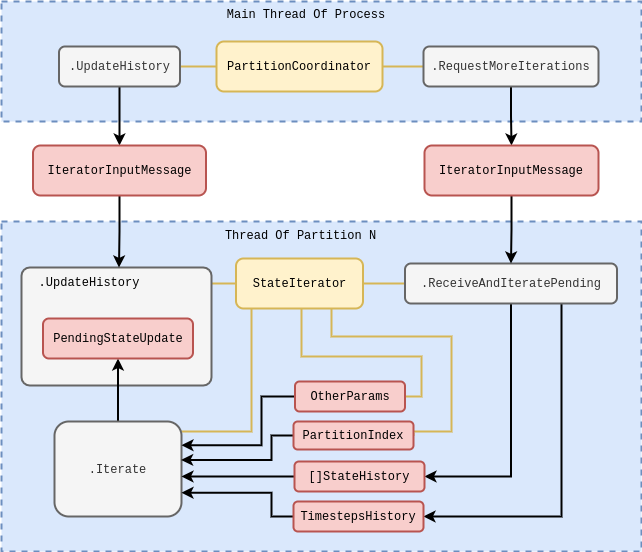
Before: images/chapter-1-stochadex-loop.drawio.png, a diagram exported from draw.io (umbralcalc/worlds-of-observation). Source tidied: cells renumbered, new cells last; positions are measured from the earlier drawing's top-left corner, leaving out a move shared by most shapes.
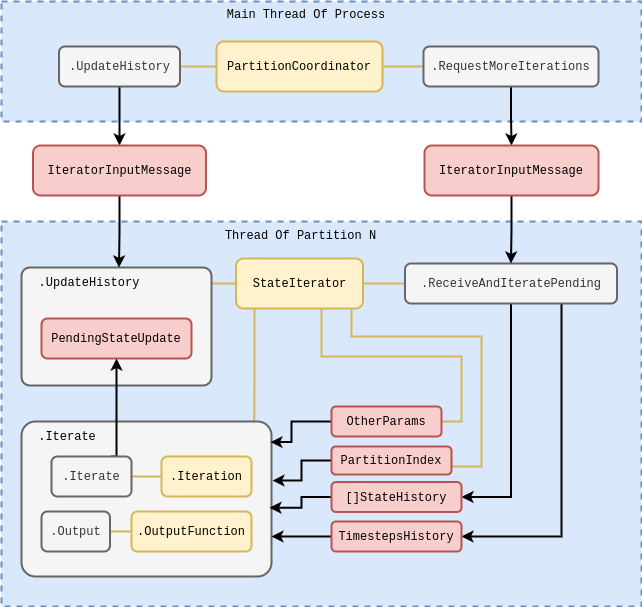
After the commit.

Change to the diagram source:
```diff
@@ -3,7 +3,7 @@
     <mxCell id="0" />
     <mxCell id="1" parent="0" />
     <mxCell id="2" style="rounded=0;whiteSpace=wrap;html=1;dashed=1;strokeWidth=2;fillColor=#dae8fc;strokeColor=#6c8ebf;" parent="1" vertex="1">
-      <mxGeometry y="220" width="640" height="330" as="geometry" />
+      <mxGeometry y="220" width="640" height="385" as="geometry" />
     </mxCell>
     <mxCell id="3" style="rounded=0;whiteSpace=wrap;html=1;dashed=1;strokeWidth=2;fillColor=#dae8fc;strokeColor=#6c8ebf;" parent="1" vertex="1">
       <mxGeometry width="640" height="120" as="geometry" />
@@ -29,30 +29,30 @@
     <mxCell id="10" style="edgeStyle=orthogonalEdgeStyle;rounded=0;jettySize=auto;html=1;exitX=1;exitY=0.5;exitDx=0;exitDy=0;entryX=0;entryY=0.5;entryDx=0;entryDy=0;strokeWidth=2;endArrow=none;endFill=0;fillColor=#fff2cc;strokeColor=#d6b656;" parent="1" edge="1" source="15" target="18">
       <mxGeometry relative="1" as="geometry" />
     </mxCell>
-    <mxCell id="11" style="edgeStyle=orthogonalEdgeStyle;rounded=0;jettySize=auto;html=1;strokeWidth=2;endArrow=none;endFill=0;fillColor=#fff2cc;strokeColor=#d6b656;" parent="1" edge="1" source="15" target="24">
+    <mxCell id="11" style="edgeStyle=orthogonalEdgeStyle;rounded=0;jettySize=auto;html=1;strokeWidth=2;endArrow=none;endFill=0;fillColor=#fff2cc;strokeColor=#d6b656;entryX=0.931;entryY=0.007;entryDx=0;entryDy=0;entryPerimeter=0;" parent="1" edge="1" source="15" target="24">
       <mxGeometry relative="1" as="geometry">
         <Array as="points">
-          <mxPoint x="250" y="430" />
+          <mxPoint x="253" y="375" />
+          <mxPoint x="253" y="375" />
         </Array>
       </mxGeometry>
     </mxCell>
-    <mxCell id="12" style="edgeStyle=orthogonalEdgeStyle;rounded=0;jettySize=auto;html=1;entryX=0.582;entryY=0.1;entryDx=0;entryDy=0;endArrow=none;endFill=0;strokeWidth=2;entryPerimeter=0;fillColor=#fff2cc;strokeColor=#d6b656;" parent="1" edge="1" source="15" target="28">
+    <mxCell id="12" style="edgeStyle=orthogonalEdgeStyle;rounded=0;jettySize=auto;html=1;entryX=1;entryY=0.5;entryDx=0;entryDy=0;endArrow=none;endFill=0;strokeWidth=2;fillColor=#fff2cc;strokeColor=#d6b656;" parent="1" edge="1" source="15" target="28">
       <mxGeometry relative="1" as="geometry">
         <Array as="points">
-          <mxPoint x="300" y="355" />
-          <mxPoint x="420" y="355" />
-          <mxPoint x="420" y="395" />
-          <mxPoint x="358" y="395" />
+          <mxPoint x="320" y="355" />
+          <mxPoint x="460" y="355" />
+          <mxPoint x="460" y="420" />
         </Array>
       </mxGeometry>
     </mxCell>
     <mxCell id="13" style="edgeStyle=orthogonalEdgeStyle;rounded=0;jettySize=auto;html=1;entryX=1;entryY=0.5;entryDx=0;entryDy=0;strokeWidth=2;endArrow=none;endFill=0;fillColor=#fff2cc;strokeColor=#d6b656;" parent="1" edge="1" source="15" target="30">
       <mxGeometry relative="1" as="geometry">
         <Array as="points">
-          <mxPoint x="330" y="335" />
-          <mxPoint x="450" y="335" />
-          <mxPoint x="450" y="430" />
-          <mxPoint x="412" y="430" />
+          <mxPoint x="350" y="335" />
+          <mxPoint x="480" y="335" />
+          <mxPoint x="480" y="465" />
+          <mxPoint x="450" y="465" />
         </Array>
       </mxGeometry>
     </mxCell>
@@ -73,7 +73,7 @@
     <mxCell id="17" style="edgeStyle=orthogonalEdgeStyle;rounded=0;jettySize=auto;html=1;entryX=1;entryY=0.5;entryDx=0;entryDy=0;strokeWidth=2;" parent="1" edge="1" source="18" target="34">
       <mxGeometry relative="1" as="geometry">
         <Array as="points">
-          <mxPoint x="560" y="515" />
+          <mxPoint x="560" y="535" />
         </Array>
       </mxGeometry>
     </mxCell>
@@ -92,11 +92,8 @@
     <mxCell id="22" style="rounded=1;whiteSpace=wrap;html=1;strokeWidth=2;fillColor=#f5f5f5;fontColor=#333333;strokeColor=#666666;arcSize=7;" parent="1" vertex="1">
       <mxGeometry x="20" y="266" width="190" height="118" as="geometry" />
     </mxCell>
-    <mxCell id="23" style="edgeStyle=orthogonalEdgeStyle;rounded=0;jettySize=auto;html=1;entryX=0.5;entryY=1;entryDx=0;entryDy=0;strokeWidth=2;" parent="1" edge="1" source="24" target="35">
-      <mxGeometry relative="1" as="geometry" />
-    </mxCell>
-    <mxCell id="24" value="&lt;font style=&quot;&quot; face=&quot;Courier New&quot;&gt;.Iterate&lt;/font&gt;" style="rounded=1;whiteSpace=wrap;html=1;strokeWidth=2;fillColor=#f5f5f5;strokeColor=#666666;fontColor=#333333;" parent="1" vertex="1">
-      <mxGeometry x="53" y="420" width="127" height="95" as="geometry" />
+    <mxCell id="24" style="rounded=1;whiteSpace=wrap;html=1;strokeWidth=2;fillColor=#f5f5f5;strokeColor=#666666;fontColor=#333333;arcSize=9;" parent="1" vertex="1">
+      <mxGeometry x="20" y="420" width="250" height="155" as="geometry" />
     </mxCell>
     <mxCell id="25" style="edgeStyle=orthogonalEdgeStyle;rounded=0;jettySize=auto;html=1;strokeWidth=2;entryX=1;entryY=0;entryDx=0;entryDy=0;" parent="1" edge="1" source="26" target="36">
       <mxGeometry relative="1" as="geometry" />
@@ -104,52 +101,44 @@
     <mxCell id="26" value="&lt;font face=&quot;Courier New&quot;&gt;IteratorInputMessage&lt;/font&gt;" style="rounded=1;whiteSpace=wrap;html=1;fillColor=#f8cecc;strokeColor=#b85450;strokeWidth=2;" parent="1" vertex="1">
       <mxGeometry x="31.5" y="144" width="173" height="50" as="geometry" />
     </mxCell>
-    <mxCell id="27" style="edgeStyle=orthogonalEdgeStyle;rounded=0;jettySize=auto;html=1;exitX=0;exitY=0.5;exitDx=0;exitDy=0;entryX=1;entryY=0.25;entryDx=0;entryDy=0;strokeWidth=2;" parent="1" edge="1" source="28" target="24">
+    <mxCell id="27" style="edgeStyle=orthogonalEdgeStyle;rounded=0;jettySize=auto;html=1;exitX=0;exitY=0.5;exitDx=0;exitDy=0;entryX=0.996;entryY=0.133;entryDx=0;entryDy=0;strokeWidth=2;entryPerimeter=0;" parent="1" edge="1" source="28" target="24">
       <mxGeometry relative="1" as="geometry">
         <Array as="points">
-          <mxPoint x="260" y="395" />
-          <mxPoint x="260" y="443" />
+          <mxPoint x="290" y="420" />
+          <mxPoint x="290" y="441" />
         </Array>
       </mxGeometry>
     </mxCell>
     <mxCell id="28" value="&lt;font face=&quot;Courier New&quot;&gt;OtherParams&lt;/font&gt;" style="rounded=1;whiteSpace=wrap;html=1;fillColor=#f8cecc;strokeColor=#b85450;strokeWidth=2;" parent="1" vertex="1">
-      <mxGeometry x="293.5" y="380" width="110" height="30" as="geometry" />
+      <mxGeometry x="330" y="405" width="110" height="30" as="geometry" />
     </mxCell>
-    <mxCell id="29" style="edgeStyle=orthogonalEdgeStyle;rounded=0;jettySize=auto;html=1;strokeWidth=2;entryX=0.997;entryY=0.404;entryDx=0;entryDy=0;entryPerimeter=0;" parent="1" edge="1" source="30" target="24">
+    <mxCell id="29" style="edgeStyle=orthogonalEdgeStyle;rounded=0;jettySize=auto;html=1;strokeWidth=2;exitX=0;exitY=0.5;exitDx=0;exitDy=0;entryX=1.004;entryY=0.381;entryDx=0;entryDy=0;entryPerimeter=0;" parent="1" edge="1" source="30" target="24">
       <mxGeometry relative="1" as="geometry">
         <Array as="points">
-          <mxPoint x="270" y="434" />
-          <mxPoint x="270" y="458" />
+          <mxPoint x="300" y="459" />
+          <mxPoint x="300" y="479" />
         </Array>
       </mxGeometry>
     </mxCell>
     <mxCell id="30" value="&lt;font face=&quot;Courier New&quot;&gt;PartitionIndex&lt;/font&gt;" style="rounded=1;whiteSpace=wrap;html=1;fillColor=#f8cecc;strokeColor=#b85450;strokeWidth=2;" parent="1" vertex="1">
-      <mxGeometry x="292" y="420" width="120" height="28" as="geometry" />
+      <mxGeometry x="330" y="445" width="120" height="28" as="geometry" />
     </mxCell>
-    <mxCell id="31" style="edgeStyle=orthogonalEdgeStyle;rounded=0;jettySize=auto;html=1;strokeWidth=2;" parent="1" edge="1" source="32">
-      <mxGeometry relative="1" as="geometry">
-        <mxPoint x="180" y="475" as="targetPoint" />
-        <Array as="points">
-          <mxPoint x="180" y="475" />
-        </Array>
-      </mxGeometry>
-    </mxCell>
+    <mxCell id="39" style="edgeStyle=orthogonalEdgeStyle;rounded=0;jettySize=auto;html=1;entryX=0.992;entryY=0.556;entryDx=0;entryDy=0;entryPerimeter=0;strokeWidth=2;" parent="1" edge="1" source="32" target="24">
+      <mxGeometry relative="1" as="geometry" />
+    </mxCell>
     <mxCell id="32" value="&lt;font face=&quot;Courier New&quot;&gt;[]StateHistory&lt;/font&gt;" style="rounded=1;whiteSpace=wrap;html=1;fillColor=#f8cecc;strokeColor=#b85450;strokeWidth=2;" parent="1" vertex="1">
-      <mxGeometry x="293" y="460" width="130" height="30" as="geometry" />
+      <mxGeometry x="330" y="480.5" width="130" height="30" as="geometry" />
     </mxCell>
-    <mxCell id="33" style="edgeStyle=orthogonalEdgeStyle;rounded=0;jettySize=auto;html=1;strokeWidth=2;entryX=1;entryY=0.75;entryDx=0;entryDy=0;" parent="1" edge="1" source="34" target="24">
+    <mxCell id="33" style="edgeStyle=orthogonalEdgeStyle;rounded=0;jettySize=auto;html=1;strokeWidth=2;" parent="1" edge="1" source="34">
       <mxGeometry relative="1" as="geometry">
-        <Array as="points">
-          <mxPoint x="270" y="515" />
-          <mxPoint x="270" y="491" />
-        </Array>
+        <mxPoint x="270" y="535" as="targetPoint" />
       </mxGeometry>
     </mxCell>
     <mxCell id="34" value="&lt;font face=&quot;Courier New&quot;&gt;TimestepsHistory&lt;/font&gt;" style="rounded=1;whiteSpace=wrap;html=1;fillColor=#f8cecc;strokeColor=#b85450;strokeWidth=2;" parent="1" vertex="1">
-      <mxGeometry x="292" y="500" width="130" height="30" as="geometry" />
+      <mxGeometry x="330" y="520" width="130" height="30" as="geometry" />
     </mxCell>
     <mxCell id="35" value="&lt;font face=&quot;Courier New&quot;&gt;PendingStateUpdate&lt;/font&gt;" style="rounded=1;whiteSpace=wrap;html=1;fillColor=#f8cecc;strokeColor=#b85450;strokeWidth=2;" parent="1" vertex="1">
-      <mxGeometry x="41.5" y="317" width="150" height="40" as="geometry" />
+      <mxGeometry x="40" y="317" width="150" height="40" as="geometry" />
     </mxCell>
     <mxCell id="36" value="&lt;font face=&quot;Courier New&quot;&gt;.UpdateHistory&lt;/font&gt;" style="text;html=1;strokeColor=none;fillColor=none;align=center;verticalAlign=middle;whiteSpace=wrap;rounded=0;" parent="1" vertex="1">
       <mxGeometry x="57.5" y="266" width="60" height="30" as="geometry" />
@@ -160,5 +149,33 @@
     <mxCell id="38" value="&lt;font style=&quot;&quot; face=&quot;Courier New&quot;&gt;.UpdateHistory&lt;/font&gt;" style="rounded=1;whiteSpace=wrap;html=1;strokeWidth=2;fillColor=#f5f5f5;fontColor=#333333;strokeColor=#666666;" parent="1" vertex="1">
       <mxGeometry x="57.5" y="45" width="121" height="40" as="geometry" />
     </mxCell>
+    <mxCell id="40" value="&lt;font face=&quot;Courier New&quot;&gt;.Iterate&lt;/font&gt;" style="text;html=1;strokeColor=none;fillColor=none;align=center;verticalAlign=middle;whiteSpace=wrap;rounded=0;" parent="1" vertex="1">
+      <mxGeometry x="35.5" y="420" width="60" height="30" as="geometry" />
+    </mxCell>
+    <mxCell id="41" style="edgeStyle=orthogonalEdgeStyle;rounded=0;jettySize=auto;html=1;strokeWidth=2;fillColor=#fff2cc;strokeColor=#d6b656;endArrow=none;endFill=0;" parent="1" edge="1" source="46" target="42">
+      <mxGeometry relative="1" as="geometry" />
+    </mxCell>
+    <mxCell id="42" value="&lt;font style=&quot;&quot; face=&quot;Courier New&quot;&gt;.Iteration&lt;/font&gt;" style="rounded=1;whiteSpace=wrap;html=1;strokeWidth=2;fillColor=#fff2cc;strokeColor=#d6b656;" parent="1" vertex="1">
+      <mxGeometry x="160" y="455" width="90" height="40" as="geometry" />
+    </mxCell>
+    <mxCell id="23" style="edgeStyle=orthogonalEdgeStyle;rounded=0;jettySize=auto;html=1;entryX=0.5;entryY=1;entryDx=0;entryDy=0;strokeWidth=2;exitX=0.75;exitY=0;exitDx=0;exitDy=0;" parent="1" edge="1" source="46" target="35">
+      <mxGeometry relative="1" as="geometry">
+        <Array as="points">
+          <mxPoint x="115" y="455" />
+        </Array>
+      </mxGeometry>
+    </mxCell>
+    <mxCell id="43" value="&lt;font style=&quot;&quot; face=&quot;Courier New&quot;&gt;.OutputFunction&lt;/font&gt;" style="rounded=1;whiteSpace=wrap;html=1;strokeWidth=2;fillColor=#fff2cc;strokeColor=#d6b656;" parent="1" vertex="1">
+      <mxGeometry x="130" y="510" width="120" height="40" as="geometry" />
+    </mxCell>
+    <mxCell id="44" style="edgeStyle=orthogonalEdgeStyle;rounded=0;jettySize=auto;html=1;fillColor=#fff2cc;strokeColor=#d6b656;strokeWidth=2;endArrow=none;endFill=0;" parent="1" edge="1" source="45" target="43">
+      <mxGeometry relative="1" as="geometry" />
+    </mxCell>
+    <mxCell id="45" value="&lt;font style=&quot;&quot; face=&quot;Courier New&quot;&gt;.Output&lt;/font&gt;" style="rounded=1;whiteSpace=wrap;html=1;strokeWidth=2;fillColor=#f5f5f5;fontColor=#333333;strokeColor=#666666;" parent="1" vertex="1">
+      <mxGeometry x="40" y="510" width="68.5" height="40" as="geometry" />
+    </mxCell>
+    <mxCell id="46" value="&lt;font style=&quot;&quot; face=&quot;Courier New&quot;&gt;.Iterate&lt;/font&gt;" style="rounded=1;whiteSpace=wrap;html=1;strokeWidth=2;fillColor=#f5f5f5;fontColor=#333333;strokeColor=#666666;" parent="1" vertex="1">
+      <mxGeometry x="50" y="455" width="80" height="40" as="geometry" />
+    </mxCell>
   </root>
 </mxGraphModel>
```
